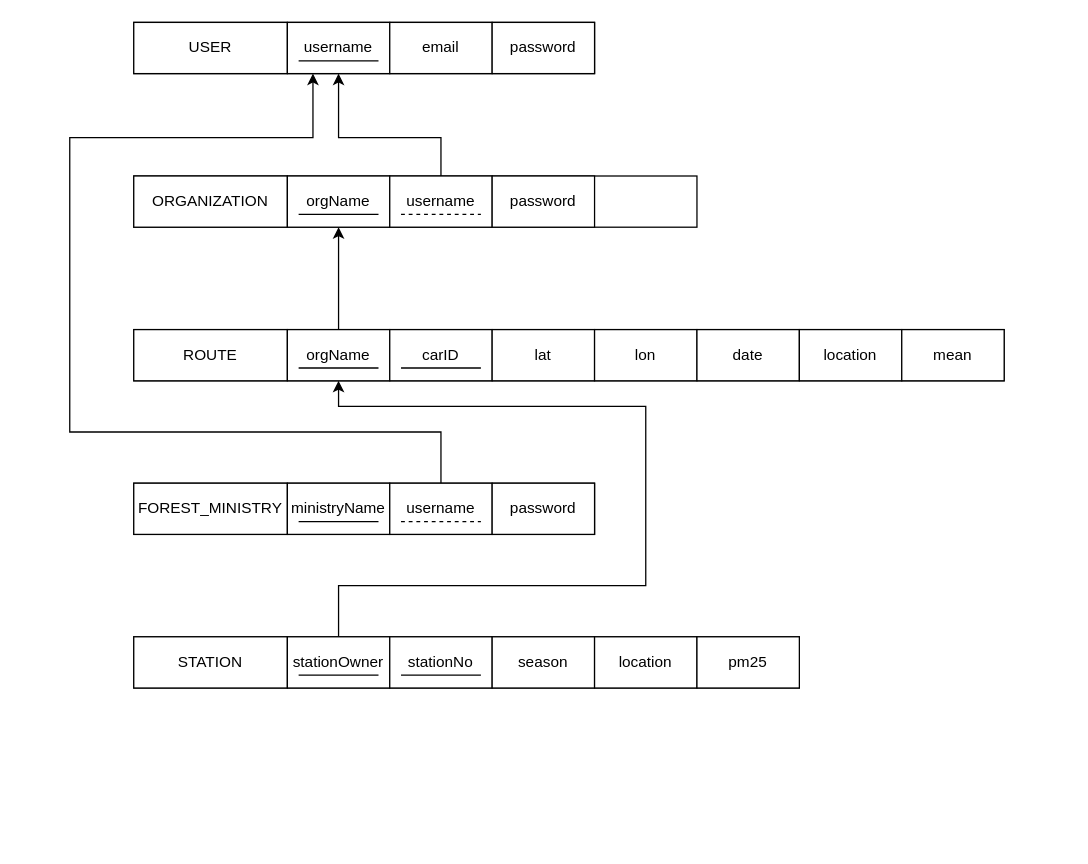
This is RELATIONAL_SCHEMA.drawio from zorojuro75/CSE303-sec-03-Group-03, a draw.io file, before an edit. Source tidied: cells renumbered, new cells numbered last; positions are measured from the earlier drawing's top-left corner, leaving out a move shared by most shapes. Both pictures are drawn from the tidied source at 128%, with x=0, y=0 at pixel (69, 22).
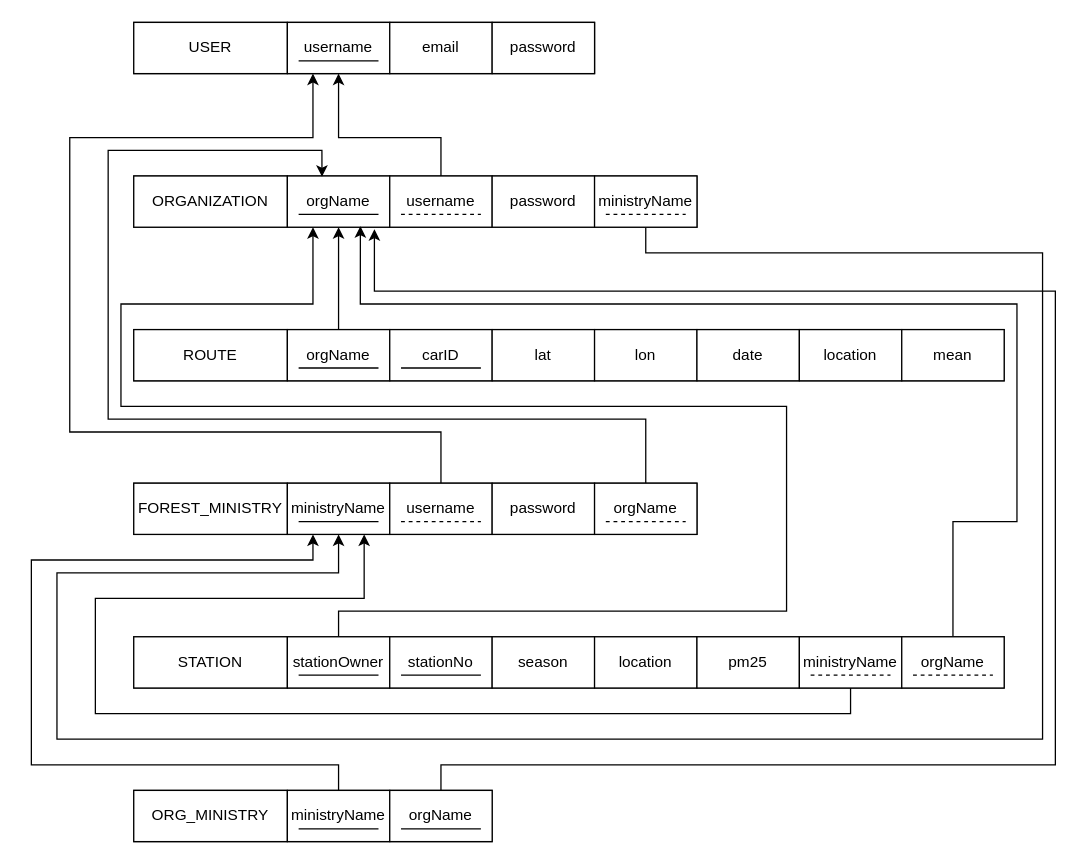
After the change.

The change refers to these unchanged cells:
```xml
<mxCell id="9" value="orgName" style="rounded=0;whiteSpace=wrap;html=1;" parent="1" vertex="1">
  <mxGeometry x="170" y="120" width="80" height="40" as="geometry" />
</mxCell>
<mxCell id="16" value="orgName" style="rounded=0;whiteSpace=wrap;html=1;" parent="1" vertex="1">
  <mxGeometry x="170" y="240" width="80" height="40" as="geometry" />
</mxCell>
<mxCell id="25" value="ministryName" style="rounded=0;whiteSpace=wrap;html=1;" parent="1" vertex="1">
  <mxGeometry x="170" y="360" width="80" height="40" as="geometry" />
</mxCell>
<mxCell id="32" value="stationOwner" style="rounded=0;whiteSpace=wrap;html=1;" parent="1" vertex="1">
  <mxGeometry x="170" y="480" width="80" height="40" as="geometry" />
</mxCell>
```

Change to the diagram source:
```diff
@@
     <mxCell id="23" style="rounded=0;whiteSpace=wrap;html=1;" parent="1" vertex="1">
-      <mxGeometry x="50" y="360" width="360" height="40" as="geometry" />
+      <mxGeometry x="50" y="360" width="440" height="40" as="geometry" />
     </mxCell>
@@
     <mxCell id="29" style="rounded=0;whiteSpace=wrap;html=1;" parent="1" vertex="1">
-      <mxGeometry x="50" y="480" width="520" height="40" as="geometry" />
+      <mxGeometry x="50" y="480" width="680" height="40" as="geometry" />
     </mxCell>
@@
-    <mxCell id="31" style="edgeStyle=orthogonalEdgeStyle;rounded=0;jettySize=auto;html=1;exitX=0.5;exitY=0;exitDx=0;exitDy=0;entryX=0.5;entryY=1;entryDx=0;entryDy=0;" parent="1" edge="1" source="32" target="16">
+    <mxCell id="31" style="edgeStyle=orthogonalEdgeStyle;rounded=0;jettySize=auto;html=1;exitX=0.5;exitY=0;exitDx=0;exitDy=0;entryX=0.25;entryY=1;entryDx=0;entryDy=0;" parent="1" edge="1" source="32" target="9">
       <mxGeometry relative="1" as="geometry">
         <Array as="points">
-          <mxPoint x="210" y="440" />
-          <mxPoint x="450" y="440" />
-          <mxPoint x="450" y="300" />
-          <mxPoint x="210" y="300" />
+          <mxPoint x="210" y="460" />
+          <mxPoint x="560" y="460" />
+          <mxPoint x="560" y="300" />
+          <mxPoint x="40" y="300" />
+          <mxPoint x="40" y="220" />
+          <mxPoint x="190" y="220" />
         </Array>
       </mxGeometry>
     </mxCell>
@@
+    <mxCell id="46" style="edgeStyle=orthogonalEdgeStyle;rounded=0;jettySize=auto;html=1;exitX=0.5;exitY=1;exitDx=0;exitDy=0;entryX=0.5;entryY=1;entryDx=0;entryDy=0;" parent="1" edge="1" source="47" target="25">
+      <mxGeometry relative="1" as="geometry">
+        <Array as="points">
+          <mxPoint x="450" y="180" />
+          <mxPoint x="760" y="180" />
+          <mxPoint x="760" y="560" />
+          <mxPoint x="-10" y="560" />
+          <mxPoint x="-10" y="430" />
+          <mxPoint x="210" y="430" />
+        </Array>
+      </mxGeometry>
+    </mxCell>
+    <mxCell id="47" value="ministryName" style="rounded=0;whiteSpace=wrap;html=1;" parent="1" vertex="1">
+      <mxGeometry x="410" y="120" width="80" height="40" as="geometry" />
+    </mxCell>
+    <mxCell id="48" style="endArrow=none;html=1;rounded=0;dashed=1;" parent="1" edge="1">
+      <mxGeometry relative="1" as="geometry">
+        <mxPoint x="418.8" y="150" as="sourcePoint" />
+        <mxPoint x="481.2" y="150" as="targetPoint" />
+      </mxGeometry>
+    </mxCell>
+    <mxCell id="49" style="edgeStyle=orthogonalEdgeStyle;rounded=0;jettySize=auto;html=1;exitX=0.5;exitY=1;exitDx=0;exitDy=0;entryX=0.75;entryY=1;entryDx=0;entryDy=0;" parent="1" edge="1" source="50" target="25">
+      <mxGeometry relative="1" as="geometry">
+        <Array as="points">
+          <mxPoint x="610" y="540" />
+          <mxPoint x="20" y="540" />
+          <mxPoint x="20" y="450" />
+          <mxPoint x="230" y="450" />
+        </Array>
+      </mxGeometry>
+    </mxCell>
+    <mxCell id="50" value="ministryName" style="rounded=0;whiteSpace=wrap;html=1;" parent="1" vertex="1">
+      <mxGeometry x="570" y="480" width="80" height="40" as="geometry" />
+    </mxCell>
+    <mxCell id="51" style="endArrow=none;html=1;rounded=0;dashed=1;" parent="1" edge="1">
+      <mxGeometry relative="1" as="geometry">
+        <mxPoint x="578.8" y="510" as="sourcePoint" />
+        <mxPoint x="641.2" y="510" as="targetPoint" />
+      </mxGeometry>
+    </mxCell>
+    <mxCell id="52" style="edgeStyle=orthogonalEdgeStyle;rounded=0;jettySize=auto;html=1;exitX=0.5;exitY=0;exitDx=0;exitDy=0;entryX=0.713;entryY=0.98;entryDx=0;entryDy=0;entryPerimeter=0;" parent="1" edge="1" source="53" target="9">
+      <mxGeometry relative="1" as="geometry">
+        <Array as="points">
+          <mxPoint x="690" y="390" />
+          <mxPoint x="740" y="390" />
+          <mxPoint x="740" y="220" />
+          <mxPoint x="227" y="220" />
+        </Array>
+      </mxGeometry>
+    </mxCell>
+    <mxCell id="53" value="orgName" style="rounded=0;whiteSpace=wrap;html=1;" parent="1" vertex="1">
+      <mxGeometry x="650" y="480" width="80" height="40" as="geometry" />
+    </mxCell>
+    <mxCell id="54" style="endArrow=none;html=1;rounded=0;dashed=1;" parent="1" edge="1">
+      <mxGeometry relative="1" as="geometry">
+        <mxPoint x="658.8" y="510" as="sourcePoint" />
+        <mxPoint x="721.2" y="510" as="targetPoint" />
+      </mxGeometry>
+    </mxCell>
+    <mxCell id="55" style="edgeStyle=orthogonalEdgeStyle;rounded=0;jettySize=auto;html=1;exitX=0.5;exitY=0;exitDx=0;exitDy=0;entryX=0.338;entryY=0.015;entryDx=0;entryDy=0;entryPerimeter=0;" parent="1" edge="1" source="56" target="9">
+      <mxGeometry relative="1" as="geometry">
+        <Array as="points">
+          <mxPoint x="450" y="310" />
+          <mxPoint x="30" y="310" />
+          <mxPoint x="30" y="100" />
+          <mxPoint x="197" y="100" />
+        </Array>
+      </mxGeometry>
+    </mxCell>
+    <mxCell id="56" value="orgName" style="rounded=0;whiteSpace=wrap;html=1;" parent="1" vertex="1">
+      <mxGeometry x="410" y="360" width="80" height="40" as="geometry" />
+    </mxCell>
+    <mxCell id="57" style="endArrow=none;html=1;rounded=0;dashed=1;" parent="1" edge="1">
+      <mxGeometry relative="1" as="geometry">
+        <mxPoint x="418.8" y="390" as="sourcePoint" />
+        <mxPoint x="481.2" y="390" as="targetPoint" />
+      </mxGeometry>
+    </mxCell>
+    <mxCell id="58" style="rounded=0;whiteSpace=wrap;html=1;" parent="1" vertex="1">
+      <mxGeometry x="50" y="600" width="280" height="40" as="geometry" />
+    </mxCell>
+    <mxCell id="59" value="ORG_MINISTRY" style="rounded=0;whiteSpace=wrap;html=1;" parent="1" vertex="1">
+      <mxGeometry x="50" y="600" width="120" height="40" as="geometry" />
+    </mxCell>
+    <mxCell id="60" style="edgeStyle=orthogonalEdgeStyle;rounded=0;jettySize=auto;html=1;exitX=0.5;exitY=0;exitDx=0;exitDy=0;entryX=0.25;entryY=1;entryDx=0;entryDy=0;" parent="1" edge="1" source="61" target="25">
+      <mxGeometry relative="1" as="geometry">
+        <Array as="points">
+          <mxPoint x="210" y="580" />
+          <mxPoint x="-30" y="580" />
+          <mxPoint x="-30" y="420" />
+          <mxPoint x="190" y="420" />
+        </Array>
+      </mxGeometry>
+    </mxCell>
+    <mxCell id="61" value="ministryName" style="rounded=0;whiteSpace=wrap;html=1;" parent="1" vertex="1">
+      <mxGeometry x="170" y="600" width="80" height="40" as="geometry" />
+    </mxCell>
+    <mxCell id="62" style="endArrow=none;html=1;rounded=0;" parent="1" edge="1">
+      <mxGeometry relative="1" as="geometry">
+        <mxPoint x="178.8" y="630" as="sourcePoint" />
+        <mxPoint x="241.2" y="630" as="targetPoint" />
+      </mxGeometry>
+    </mxCell>
+    <mxCell id="63" style="edgeStyle=orthogonalEdgeStyle;rounded=0;jettySize=auto;html=1;exitX=0.5;exitY=0;exitDx=0;exitDy=0;entryX=0.85;entryY=1.039;entryDx=0;entryDy=0;entryPerimeter=0;" parent="1" edge="1" source="64" target="9">
+      <mxGeometry relative="1" as="geometry">
+        <Array as="points">
+          <mxPoint x="290" y="580" />
+          <mxPoint x="770" y="580" />
+          <mxPoint x="770" y="210" />
+          <mxPoint x="238" y="210" />
+        </Array>
+      </mxGeometry>
+    </mxCell>
+    <mxCell id="64" value="orgName" style="rounded=0;whiteSpace=wrap;html=1;" parent="1" vertex="1">
+      <mxGeometry x="250" y="600" width="80" height="40" as="geometry" />
+    </mxCell>
+    <mxCell id="65" style="endArrow=none;html=1;rounded=0;" parent="1" edge="1">
+      <mxGeometry relative="1" as="geometry">
+        <mxPoint x="258.8" y="630" as="sourcePoint" />
+        <mxPoint x="321.2" y="630" as="targetPoint" />
+      </mxGeometry>
+    </mxCell>
```
